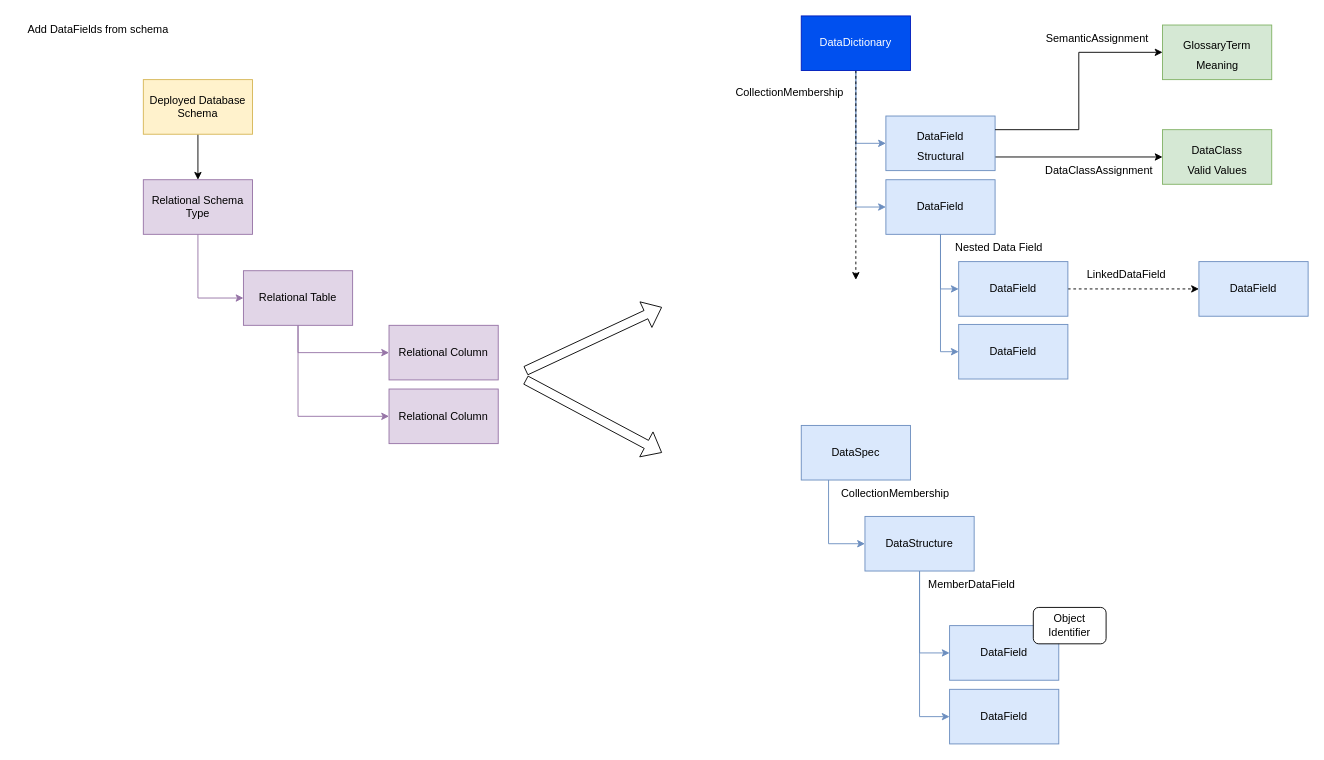
Earlier version of the draw.io diagram site/docs/governance-solutions/data-and-ai-lifecycle-management/data-specs.drawio (odpi/egeria-docs). Source tidied: cells renumbered, new cells numbered last; positions are measured from the earlier drawing's top-left corner, leaving out a move shared by most shapes. Both pictures are drawn from the tidied source at 91%, with x=0, y=0 at pixel (15, 15).
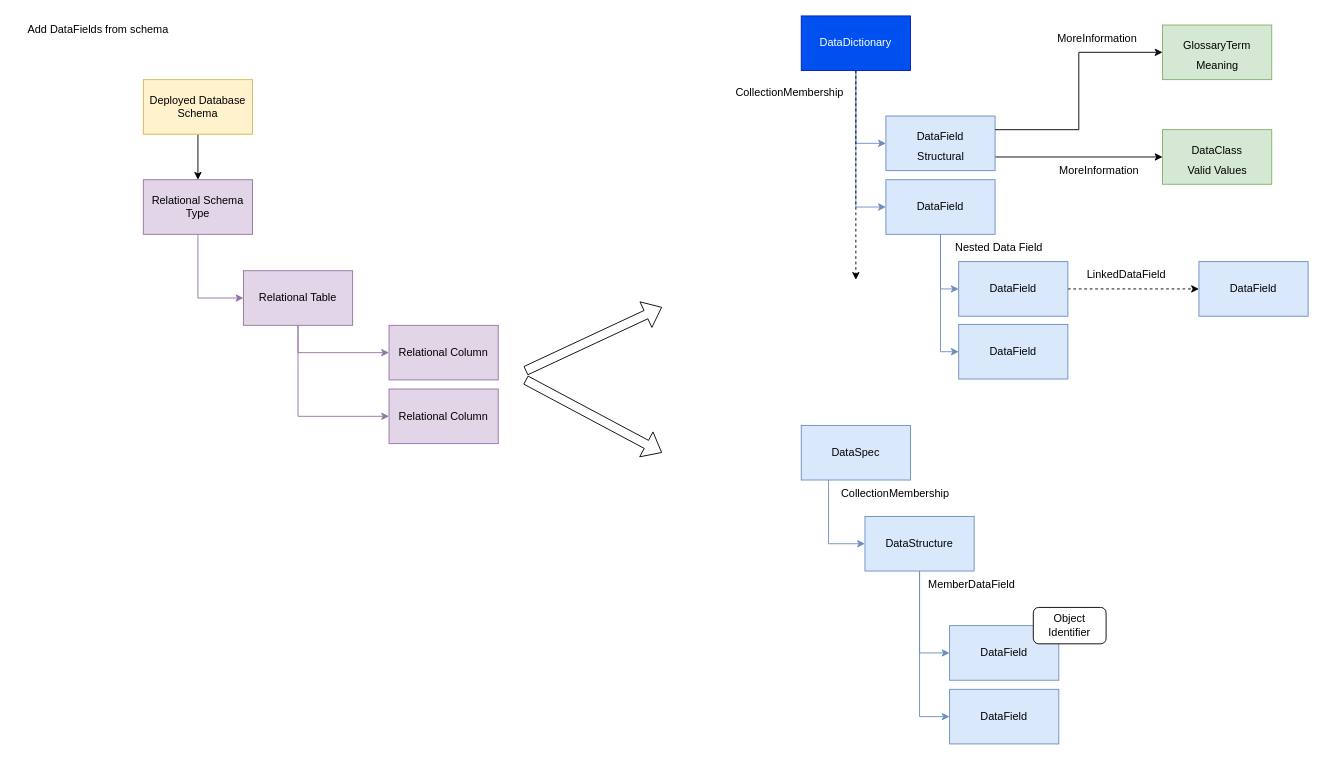
The same page after the edit.

Commit message (it also covers changes not shown here):
Update data design types

Diff of the diagram source:
```diff
@@
-    <mxCell id="43" value="DataClassAssignment" style="text;html=1;align=center;verticalAlign=middle;strokeColor=none;fillColor=none;" parent="1" vertex="1">
-      <mxGeometry x="1120" y="155" width="140" height="30" as="geometry" />
+    <mxCell id="43" value="MoreInformation" style="text;html=1;align=center;verticalAlign=middle;strokeColor=none;fillColor=none;" parent="1" vertex="1">
+      <mxGeometry x="1135" y="155" width="110" height="30" as="geometry" />
     </mxCell>
-    <mxCell id="44" value="SemanticAssignment" style="text;html=1;align=center;verticalAlign=middle;strokeColor=none;fillColor=none;" parent="1" vertex="1">
-      <mxGeometry x="1118" y="10" width="140" height="30" as="geometry" />
+    <mxCell id="44" value="MoreInformation" style="text;html=1;align=center;verticalAlign=middle;strokeColor=none;fillColor=none;" parent="1" vertex="1">
+      <mxGeometry x="1133" y="10" width="110" height="30" as="geometry" />
     </mxCell>
```
